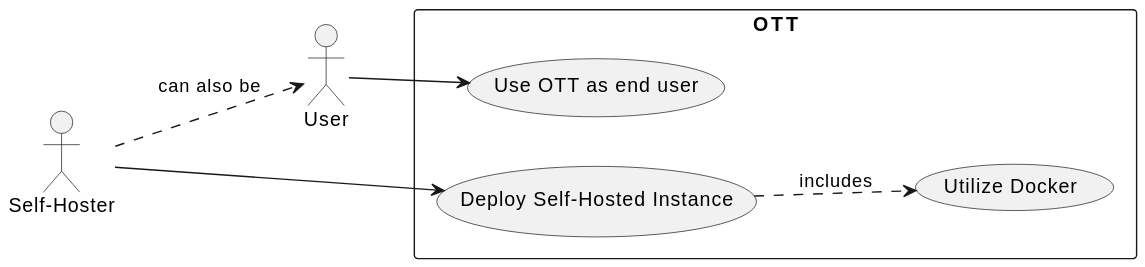
Above: figures/use-case-self-host.svg in dyc3/senior-design (PlantUML), before the change. Source of this version:
```plantuml
@startuml
left to right direction
actor "Self-Hoster" as hoster
actor "User" as user
rectangle OTT {
  usecase "Deploy Self-Hosted Instance" as UC1
  usecase "Utilize Docker" as UC1.1
  usecase "Use OTT as end user" as UC2
}
hoster --> UC1
UC1 --> UC1.1 #line.dashed : includes
hoster --> user #line.dashed : can also be
user --> UC2
@enduml
```
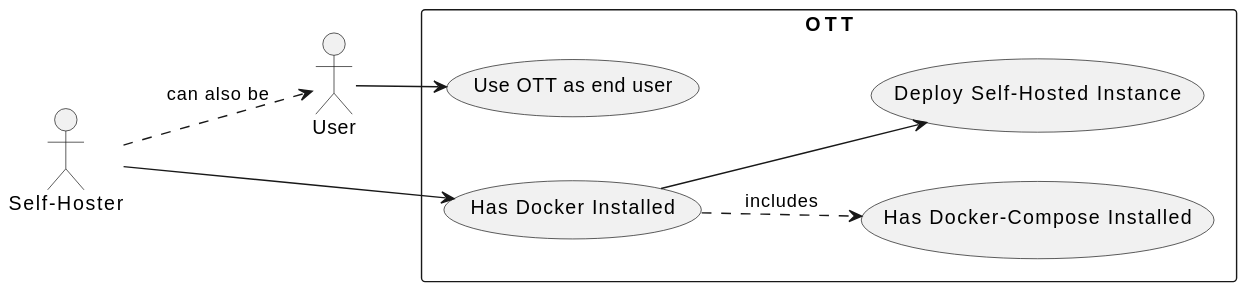
After the commit.

Commit message:
Update use case diagrams

Fixes #101

Change to the diagram source:
```diff
@@ -3,12 +3,14 @@
 actor "Self-Hoster" as hoster
 actor "User" as user
 rectangle OTT {
-  usecase "Deploy Self-Hosted Instance" as UC1
-  usecase "Utilize Docker" as UC1.1
+  usecase "Has Docker Installed" as UC1
+  usecase "Has Docker-Compose Installed" as UC1.1
+  usecase "Deploy Self-Hosted Instance" as UC1.2
   usecase "Use OTT as end user" as UC2
 }
 hoster --> UC1
 UC1 --> UC1.1 #line.dashed : includes
+UC1 --> UC1.2
 hoster --> user #line.dashed : can also be
 user --> UC2
 @enduml
```
